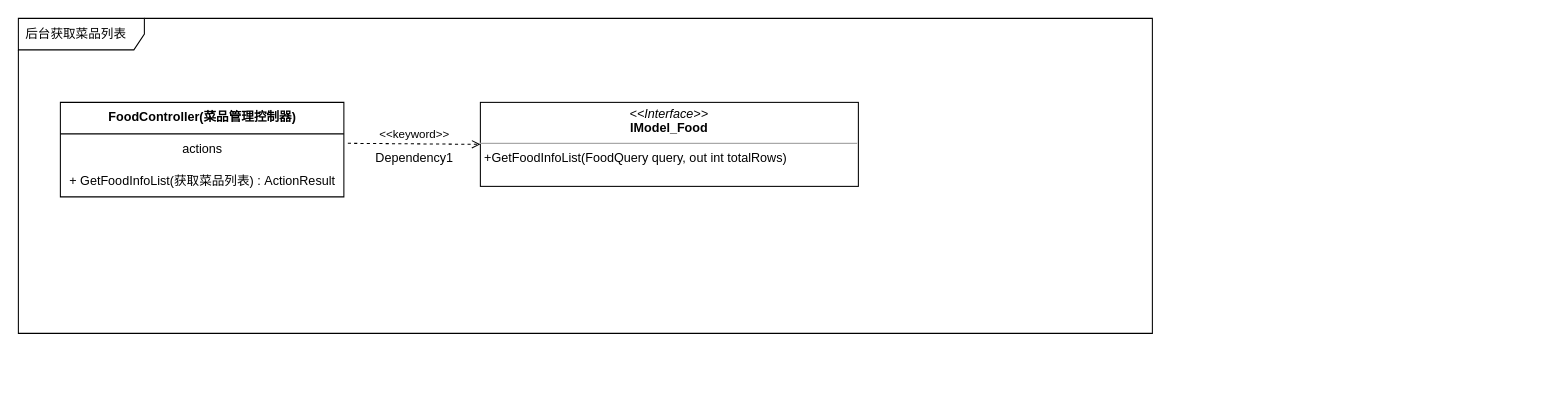
Earlier version of the draw.io diagram Kemai/后台获取菜品列表类图.drawio (noobwu/diagrams). Source tidied: cells renumbered, new cells numbered last; positions are measured from the earlier drawing's top-left corner, leaving out a move shared by most shapes. Both pictures are drawn from the tidied source at 105%, with x=0, y=0 at pixel (18, 18).
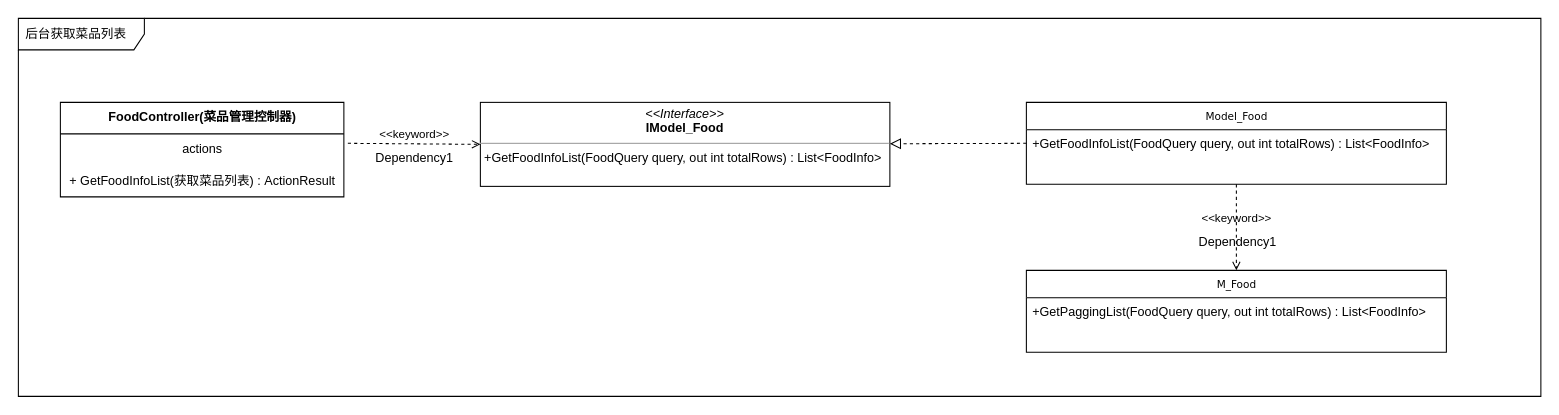
The same page after the edit.

Commit message:
Update 后台获取菜品列表类图.drawio

Change to the diagram source:
```diff
@@
 <mxGraphModel>
   <root>
     <mxCell id="0" />
     <mxCell id="1" parent="0" />
     <mxCell id="2" value="后台获取菜品列表" style="shape=umlFrame;whiteSpace=wrap;html=1;width=120;height=30;boundedLbl=1;verticalAlign=middle;align=left;spacingLeft=5;" parent="1" vertex="1">
-      <mxGeometry width="1080" height="300" as="geometry" />
+      <mxGeometry width="1450" height="360" as="geometry" />
     </mxCell>
     <mxCell id="3" value="FoodController(菜品管理控制器)" style="swimlane;fontStyle=1;align=center;verticalAlign=top;horizontal=1;startSize=30;html=1;fillColor=default;" parent="1" vertex="1">
       <mxGeometry x="40" y="80" width="270" height="90" as="geometry" />
     </mxCell>
     <mxCell id="4" value="actions" style="html=1;strokeColor=none;fillColor=none;align=center;verticalAlign=middle;spacingLeft=4;spacingRight=4;points=[[0,0.5],[1,0.5]];" parent="3" vertex="1">
       <mxGeometry y="30" width="270" height="30" as="geometry" />
     </mxCell>
     <mxCell id="5" value="+ GetFoodInfoList(获取菜品列表) :&amp;nbsp;ActionResult" style="html=1;strokeColor=none;fillColor=none;align=center;verticalAlign=middle;spacingLeft=4;spacingRight=4;" parent="3" vertex="1">
       <mxGeometry y="60" width="270" height="30" as="geometry" />
     </mxCell>
-    <mxCell id="6" value="&lt;p style=&quot;margin: 0px ; margin-top: 4px ; text-align: center&quot;&gt;&lt;i&gt;&amp;lt;&amp;lt;Interface&amp;gt;&amp;gt;&lt;/i&gt;&lt;br&gt;&lt;b&gt;IModel_Food&lt;/b&gt;&lt;br&gt;&lt;/p&gt;&lt;hr size=&quot;1&quot;&gt;&lt;p style=&quot;margin: 0px ; margin-left: 4px&quot;&gt;+GetFoodInfoList(FoodQuery query, out int totalRows)&lt;br&gt;&lt;br&gt;&lt;/p&gt;" style="verticalAlign=top;align=left;overflow=fill;fontSize=12;fontFamily=Helvetica;html=1;rounded=0;shadow=0;comic=0;labelBackgroundColor=none;strokeWidth=1;" parent="1" vertex="1">
-      <mxGeometry x="440" y="80" width="360" height="80" as="geometry" />
+    <mxCell id="6" value="&lt;p style=&quot;margin: 0px ; margin-top: 4px ; text-align: center&quot;&gt;&lt;i&gt;&amp;lt;&amp;lt;Interface&amp;gt;&amp;gt;&lt;/i&gt;&lt;br&gt;&lt;b&gt;IModel_Food&lt;/b&gt;&lt;br&gt;&lt;/p&gt;&lt;hr size=&quot;1&quot;&gt;&lt;p style=&quot;margin: 0px ; margin-left: 4px&quot;&gt;+GetFoodInfoList(FoodQuery query, out int totalRows) :&amp;nbsp;List&amp;lt;FoodInfo&amp;gt;&lt;br&gt;&lt;/p&gt;" style="verticalAlign=top;align=left;overflow=fill;fontSize=12;fontFamily=Helvetica;html=1;rounded=0;shadow=0;comic=0;labelBackgroundColor=none;strokeWidth=1;" parent="1" vertex="1">
+      <mxGeometry x="440" y="80" width="390" height="80" as="geometry" />
     </mxCell>
     <mxCell id="7" value="&amp;lt;&amp;lt;keyword&amp;gt;&amp;gt;" style="endArrow=open;html=1;rounded=0;align=center;verticalAlign=bottom;dashed=1;endFill=0;labelBackgroundColor=none;entryX=0;entryY=0.5;entryDx=0;entryDy=0;exitX=1.014;exitY=0.3;exitDx=0;exitDy=0;exitPerimeter=0;" parent="1" edge="1" source="4" target="6">
       <mxGeometry relative="1" as="geometry" />
     </mxCell>
     <mxCell id="8" value="Dependency1" style="html=1;align=center;verticalAlign=top;labelBackgroundColor=none;fillColor=default;" parent="7" vertex="1">
       <mxGeometry relative="1" as="geometry" />
     </mxCell>
+    <mxCell id="9" value="Model_Food" style="swimlane;html=1;fontStyle=0;horizontal=1;startSize=26;fillColor=none;swimlaneFillColor=#ffffff;rounded=0;shadow=0;comic=0;labelBackgroundColor=none;strokeWidth=1;fontFamily=Verdana;fontSize=10;align=center;" parent="1" vertex="1">
+      <mxGeometry x="960" y="80" width="400" height="78" as="geometry" />
+    </mxCell>
+    <mxCell id="10" value="&lt;span&gt;+GetFoodInfoList(FoodQuery query, out int totalRows) :&amp;nbsp;List&amp;lt;FoodInfo&amp;gt;&lt;/span&gt;" style="text;html=1;strokeColor=none;fillColor=none;align=left;verticalAlign=top;spacingLeft=4;spacingRight=4;whiteSpace=wrap;overflow=hidden;points=[[0,0.5],[1,0.5]];portConstraint=eastwest;" parent="9" vertex="1">
+      <mxGeometry y="26" width="400" height="26" as="geometry" />
+    </mxCell>
+    <mxCell id="11" style="endArrow=block;startArrow=none;endFill=0;startFill=0;endSize=8;html=1;verticalAlign=bottom;dashed=1;labelBackgroundColor=none;rounded=0;exitX=0;exitY=0.5;exitDx=0;exitDy=0;" parent="1" edge="1" source="10" target="6">
+      <mxGeometry relative="1" as="geometry" />
+    </mxCell>
+    <mxCell id="12" value="M_Food" style="swimlane;html=1;fontStyle=0;horizontal=1;startSize=26;fillColor=none;swimlaneFillColor=#ffffff;rounded=0;shadow=0;comic=0;labelBackgroundColor=none;strokeWidth=1;fontFamily=Verdana;fontSize=10;align=center;" parent="1" vertex="1">
+      <mxGeometry x="960" y="240" width="400" height="78" as="geometry" />
+    </mxCell>
+    <mxCell id="13" value="&lt;span&gt;+&lt;/span&gt;GetPaggingList(FoodQuery query, out int totalRows) :&amp;nbsp;List&amp;lt;FoodInfo&amp;gt;" style="text;html=1;strokeColor=none;fillColor=none;align=left;verticalAlign=top;spacingLeft=4;spacingRight=4;whiteSpace=wrap;overflow=hidden;" parent="12" vertex="1">
+      <mxGeometry y="26" width="400" height="26" as="geometry" />
+    </mxCell>
+    <mxCell id="14" value="&amp;lt;&amp;lt;keyword&amp;gt;&amp;gt;" style="endArrow=open;html=1;rounded=0;align=center;verticalAlign=bottom;dashed=1;endFill=0;labelBackgroundColor=none;entryX=0.5;entryY=0;entryDx=0;entryDy=0;exitX=0.5;exitY=1;exitDx=0;exitDy=0;" parent="1" edge="1" source="9" target="12">
+      <mxGeometry relative="1" as="geometry" />
+    </mxCell>
+    <mxCell id="15" value="Dependency1" style="html=1;align=center;verticalAlign=top;labelBackgroundColor=none;" parent="14" vertex="1">
+      <mxGeometry relative="1" as="geometry" />
+    </mxCell>
   </root>
 </mxGraphModel>
```
